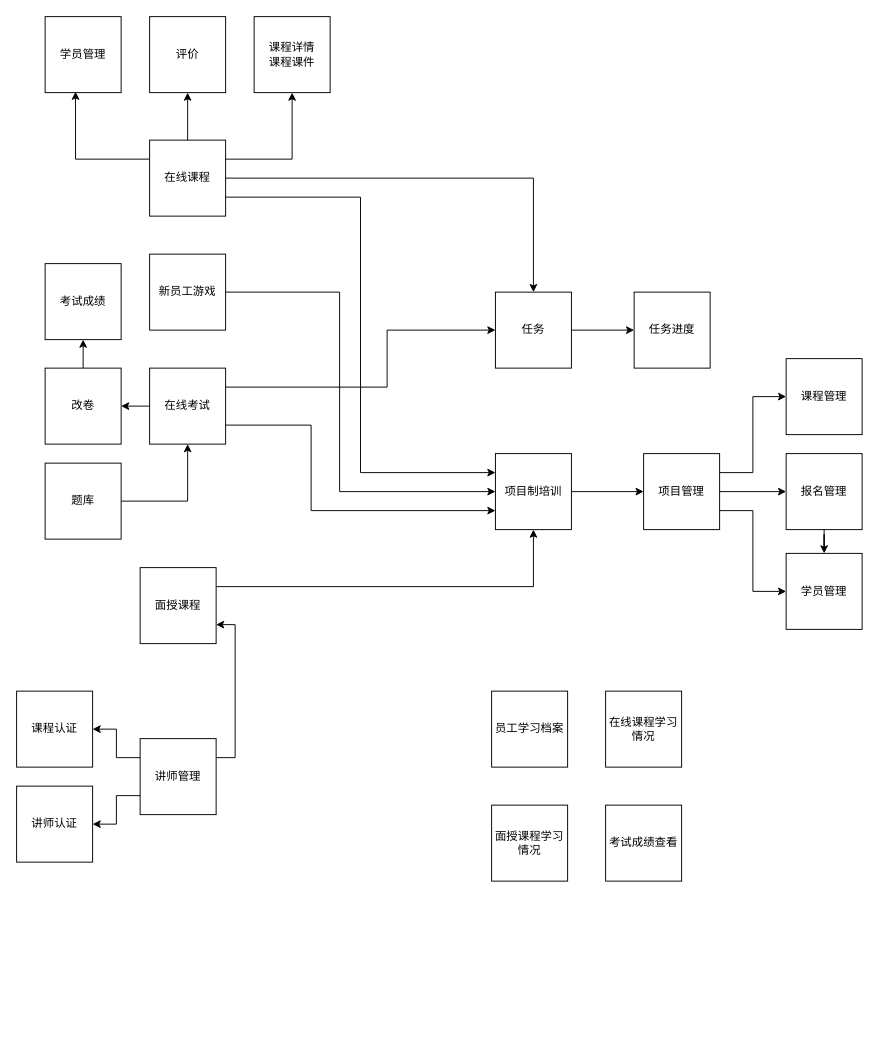
This is 未命名绘图.drawio from guzhao593/drawio-files, a draw.io file, before an edit. Source tidied: cells renumbered, new cells numbered last; positions are measured from the earlier drawing's top-left corner, leaving out a move shared by most shapes. Both pictures are drawn from the tidied source at 95%, with x=0, y=0 at pixel (16, 16).
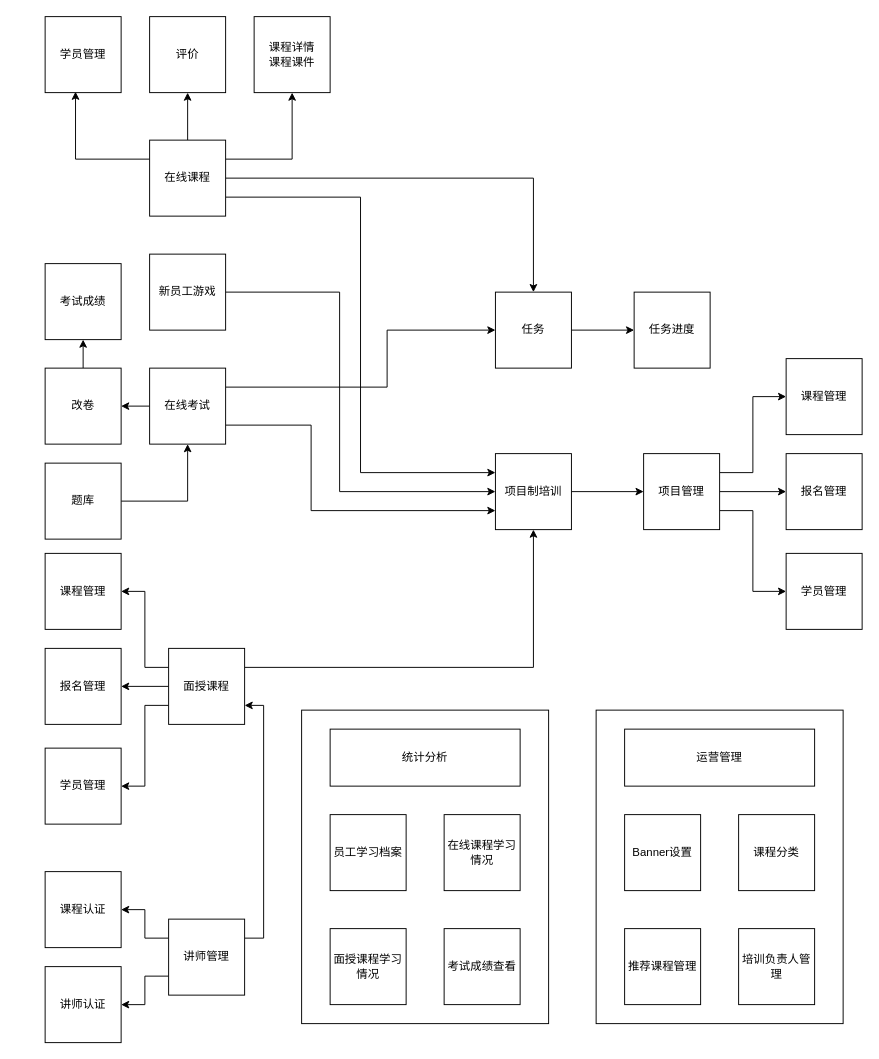
Above is the later version.

The change refers to these unchanged cells:
```xml
<mxCell id="39" value="报名管理" style="whiteSpace=wrap;html=1;" parent="1" vertex="1">
  <mxGeometry x="810" y="460" width="80" height="80" as="geometry" />
</mxCell>
<mxCell id="40" value="学员管理" style="whiteSpace=wrap;html=1;" parent="1" vertex="1">
  <mxGeometry x="810" y="565" width="80" height="80" as="geometry" />
</mxCell>
```

Change to the diagram source:
```diff
@@
+    <mxCell id="47" style="rounded=0;whiteSpace=wrap;html=1;" parent="1" vertex="1">
+      <mxGeometry x="300" y="730" width="260" height="330" as="geometry" />
+    </mxCell>
@@
+    <mxCell id="48" style="edgeStyle=orthogonalEdgeStyle;rounded=0;jettySize=auto;html=1;exitX=0;exitY=0.25;exitDx=0;exitDy=0;entryX=1;entryY=0.5;entryDx=0;entryDy=0;" parent="1" edge="1" source="15" target="51">
+      <mxGeometry relative="1" as="geometry" />
+    </mxCell>
+    <mxCell id="49" style="edgeStyle=orthogonalEdgeStyle;rounded=0;jettySize=auto;html=1;exitX=0;exitY=0.5;exitDx=0;exitDy=0;entryX=1;entryY=0.5;entryDx=0;entryDy=0;" parent="1" edge="1" source="15" target="52">
+      <mxGeometry relative="1" as="geometry" />
+    </mxCell>
+    <mxCell id="50" style="edgeStyle=orthogonalEdgeStyle;rounded=0;jettySize=auto;html=1;exitX=0;exitY=0.75;exitDx=0;exitDy=0;entryX=1;entryY=0.5;entryDx=0;entryDy=0;" parent="1" edge="1" source="15" target="53">
+      <mxGeometry relative="1" as="geometry" />
+    </mxCell>
     <mxCell id="15" value="面授课程" style="whiteSpace=wrap;html=1;" parent="1" vertex="1">
-      <mxGeometry x="130" y="580" width="80" height="80" as="geometry" />
+      <mxGeometry x="160" y="665" width="80" height="80" as="geometry" />
     </mxCell>
@@
     <mxCell id="21" value="讲师管理" style="whiteSpace=wrap;html=1;" parent="1" vertex="1">
-      <mxGeometry x="130" y="760" width="80" height="80" as="geometry" />
+      <mxGeometry x="160" y="950" width="80" height="80" as="geometry" />
     </mxCell>
@@
-    <mxCell id="38" style="edgeStyle=orthogonalEdgeStyle;rounded=0;jettySize=auto;html=1;" parent="1" edge="1" source="39" target="40">
-      <mxGeometry relative="1" as="geometry" />
-    </mxCell>
@@
     <mxCell id="41" value="课程认证" style="whiteSpace=wrap;html=1;" parent="1" vertex="1">
-      <mxGeometry y="710" width="80" height="80" as="geometry" />
+      <mxGeometry x="30" y="900" width="80" height="80" as="geometry" />
     </mxCell>
     <mxCell id="42" value="讲师认证" style="whiteSpace=wrap;html=1;" parent="1" vertex="1">
-      <mxGeometry y="810" width="80" height="80" as="geometry" />
+      <mxGeometry x="30" y="1000" width="80" height="80" as="geometry" />
     </mxCell>
     <mxCell id="43" value="员工学习档案" style="whiteSpace=wrap;html=1;" parent="1" vertex="1">
-      <mxGeometry x="500" y="710" width="80" height="80" as="geometry" />
+      <mxGeometry x="330" y="840" width="80" height="80" as="geometry" />
     </mxCell>
     <mxCell id="44" value="在线课程学习情况" style="whiteSpace=wrap;html=1;" parent="1" vertex="1">
-      <mxGeometry x="620" y="710" width="80" height="80" as="geometry" />
+      <mxGeometry x="450" y="840" width="80" height="80" as="geometry" />
     </mxCell>
     <mxCell id="45" value="面授课程学习情况" style="whiteSpace=wrap;html=1;" parent="1" vertex="1">
-      <mxGeometry x="500" y="830" width="80" height="80" as="geometry" />
+      <mxGeometry x="330" y="960" width="80" height="80" as="geometry" />
     </mxCell>
     <mxCell id="46" value="考试成绩查看" style="whiteSpace=wrap;html=1;" parent="1" vertex="1">
-      <mxGeometry x="620" y="830" width="80" height="80" as="geometry" />
+      <mxGeometry x="450" y="960" width="80" height="80" as="geometry" />
     </mxCell>
+    <mxCell id="51" value="课程管理" style="whiteSpace=wrap;html=1;" parent="1" vertex="1">
+      <mxGeometry x="30" y="565" width="80" height="80" as="geometry" />
+    </mxCell>
+    <mxCell id="52" value="报名管理" style="whiteSpace=wrap;html=1;" parent="1" vertex="1">
+      <mxGeometry x="30" y="665" width="80" height="80" as="geometry" />
+    </mxCell>
+    <mxCell id="53" value="学员管理" style="whiteSpace=wrap;html=1;" parent="1" vertex="1">
+      <mxGeometry x="30" y="770" width="80" height="80" as="geometry" />
+    </mxCell>
+    <mxCell id="54" value="统计分析" style="rounded=0;whiteSpace=wrap;html=1;" parent="1" vertex="1">
+      <mxGeometry x="330" y="750" width="200" height="60" as="geometry" />
+    </mxCell>
+    <mxCell id="55" style="rounded=0;whiteSpace=wrap;html=1;" parent="1" vertex="1">
+      <mxGeometry x="610" y="730" width="260" height="330" as="geometry" />
+    </mxCell>
+    <mxCell id="56" value="Banner设置" style="whiteSpace=wrap;html=1;" parent="1" vertex="1">
+      <mxGeometry x="640" y="840" width="80" height="80" as="geometry" />
+    </mxCell>
+    <mxCell id="57" value="课程分类" style="whiteSpace=wrap;html=1;" parent="1" vertex="1">
+      <mxGeometry x="760" y="840" width="80" height="80" as="geometry" />
+    </mxCell>
+    <mxCell id="58" value="推荐课程管理" style="whiteSpace=wrap;html=1;" parent="1" vertex="1">
+      <mxGeometry x="640" y="960" width="80" height="80" as="geometry" />
+    </mxCell>
+    <mxCell id="59" value="培训负责人管理" style="whiteSpace=wrap;html=1;" parent="1" vertex="1">
+      <mxGeometry x="760" y="960" width="80" height="80" as="geometry" />
+    </mxCell>
+    <mxCell id="60" value="运营管理" style="rounded=0;whiteSpace=wrap;html=1;" parent="1" vertex="1">
+      <mxGeometry x="640" y="750" width="200" height="60" as="geometry" />
+    </mxCell>
```
